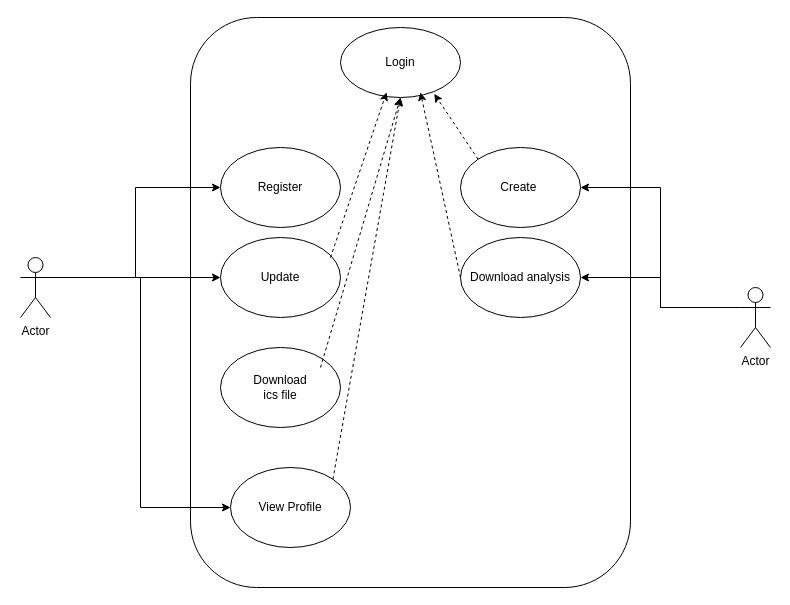
Before: LifePrognosis-UseCaseDiagrams.drawio in JonahKayizzi/life-prognosis-gahinga6, a draw.io diagram. Source tidied: cells renumbered, new cells numbered last; positions are measured from the earlier drawing's top-left corner, leaving out a move shared by most shapes. Both pictures are drawn from the tidied source at 100%, with x=0, y=0 at pixel (20, 17).
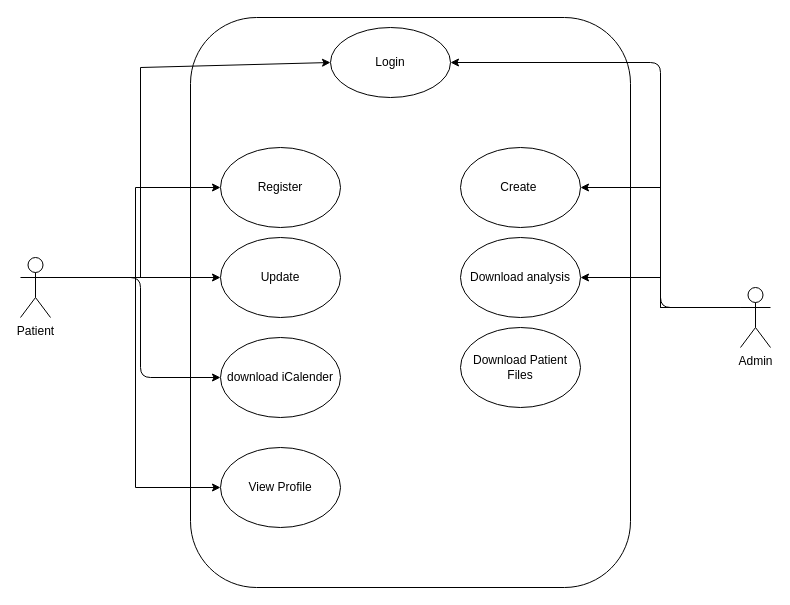
Above is the later version.

Commit message:
modify use-case diagram

Unchanged cells that the change refers to:
```xml
<mxCell id="8" value="Create&amp;nbsp;" style="ellipse;whiteSpace=wrap;html=1;" parent="1" vertex="1">
  <mxGeometry x="440" y="130" width="120" height="80" as="geometry" />
</mxCell>
<mxCell id="9" value="Download analysis" style="ellipse;whiteSpace=wrap;html=1;" parent="1" vertex="1">
  <mxGeometry x="440" y="220" width="120" height="80" as="geometry" />
</mxCell>
```

Diff of the diagram source:
```diff
@@
     <mxCell id="3" value="Login" style="ellipse;whiteSpace=wrap;html=1;" parent="1" vertex="1">
-      <mxGeometry x="320" y="10" width="120" height="70" as="geometry" />
+      <mxGeometry x="310" y="10" width="120" height="70" as="geometry" />
     </mxCell>
@@
-    <mxCell id="6" value="Download&lt;br&gt;ics file" style="ellipse;whiteSpace=wrap;html=1;" parent="1" vertex="1">
-      <mxGeometry x="200" y="330" width="120" height="80" as="geometry" />
+    <mxCell id="6" value="download iCalender" style="ellipse;whiteSpace=wrap;html=1;" parent="1" vertex="1">
+      <mxGeometry x="200" y="320" width="120" height="80" as="geometry" />
     </mxCell>
     <mxCell id="7" value="View Profile" style="ellipse;whiteSpace=wrap;html=1;" parent="1" vertex="1">
-      <mxGeometry x="210" y="450" width="120" height="80" as="geometry" />
+      <mxGeometry x="200" y="430" width="120" height="80" as="geometry" />
     </mxCell>
@@
+    <mxCell id="22" style="edgeStyle=none;html=1;entryX=0;entryY=0.5;entryDx=0;entryDy=0;rounded=0;" parent="1" edge="1" target="3">
+      <mxGeometry relative="1" as="geometry">
+        <mxPoint x="30" y="260" as="sourcePoint" />
+        <Array as="points">
+          <mxPoint x="120" y="260" />
+          <mxPoint x="120" y="50" />
+        </Array>
+      </mxGeometry>
+    </mxCell>
+    <mxCell id="23" style="edgeStyle=none;html=1;exitX=1;exitY=0.3333333333333333;exitDx=0;exitDy=0;exitPerimeter=0;entryX=0;entryY=0.5;entryDx=0;entryDy=0;" parent="1" edge="1" source="13" target="6">
+      <mxGeometry relative="1" as="geometry">
+        <Array as="points">
+          <mxPoint x="120" y="260" />
+          <mxPoint x="120" y="360" />
+        </Array>
+      </mxGeometry>
+    </mxCell>
-    <mxCell id="13" value="Actor" style="shape=umlActor;verticalLabelPosition=bottom;verticalAlign=top;html=1;outlineConnect=0;" parent="1" vertex="1">
+    <mxCell id="13" value="Patient" style="shape=umlActor;verticalLabelPosition=bottom;verticalAlign=top;html=1;outlineConnect=0;" parent="1" vertex="1">
       <mxGeometry y="240" width="30" height="60" as="geometry" />
     </mxCell>
@@
+    <mxCell id="24" style="edgeStyle=none;html=1;exitX=0;exitY=0.3333333333333333;exitDx=0;exitDy=0;exitPerimeter=0;entryX=1;entryY=0.5;entryDx=0;entryDy=0;" parent="1" edge="1" source="16" target="3">
+      <mxGeometry relative="1" as="geometry">
+        <Array as="points">
+          <mxPoint x="640" y="290" />
+          <mxPoint x="640" y="45" />
+        </Array>
+      </mxGeometry>
+    </mxCell>
-    <mxCell id="16" value="Actor" style="shape=umlActor;verticalLabelPosition=bottom;verticalAlign=top;html=1;outlineConnect=0;" parent="1" vertex="1">
+    <mxCell id="16" value="Admin" style="shape=umlActor;verticalLabelPosition=bottom;verticalAlign=top;html=1;outlineConnect=0;" parent="1" vertex="1">
       <mxGeometry x="720" y="270" width="30" height="60" as="geometry" />
     </mxCell>
-    <mxCell id="17" style="html=1;labelBackgroundColor=#ffffff;startArrow=none;startFill=0;startSize=6;endArrow=classic;endFill=1;endSize=6;jettySize=auto;strokeWidth=1;dashed=1;fontSize=14;rounded=0;entryX=0.384;entryY=0.926;entryDx=0;entryDy=0;entryPerimeter=0;" parent="1" edge="1" target="3">
-      <mxGeometry relative="1" as="geometry">
-        <mxPoint x="310" y="240" as="sourcePoint" />
-      </mxGeometry>
-    </mxCell>
-    <mxCell id="18" style="html=1;labelBackgroundColor=#ffffff;startArrow=none;startFill=0;startSize=6;endArrow=classic;endFill=1;endSize=6;jettySize=auto;strokeWidth=1;dashed=1;fontSize=14;rounded=0;entryX=0.5;entryY=1;entryDx=0;entryDy=0;" parent="1" edge="1" target="3">
-      <mxGeometry relative="1" as="geometry">
-        <mxPoint x="300" y="350" as="sourcePoint" />
-      </mxGeometry>
-    </mxCell>
-    <mxCell id="19" style="html=1;labelBackgroundColor=#ffffff;startArrow=none;startFill=0;startSize=6;endArrow=classic;endFill=1;endSize=6;jettySize=auto;strokeWidth=1;dashed=1;fontSize=14;rounded=0;exitX=1;exitY=0;exitDx=0;exitDy=0;entryX=0.5;entryY=1;entryDx=0;entryDy=0;" parent="1" edge="1" source="7" target="3">
-      <mxGeometry relative="1" as="geometry" />
-    </mxCell>
-    <mxCell id="20" style="html=1;labelBackgroundColor=#ffffff;startArrow=none;startFill=0;startSize=6;endArrow=classic;endFill=1;endSize=6;jettySize=auto;strokeWidth=1;dashed=1;fontSize=14;rounded=0;entryX=0.781;entryY=0.948;entryDx=0;entryDy=0;entryPerimeter=0;exitX=0;exitY=0;exitDx=0;exitDy=0;" parent="1" edge="1" source="8" target="3">
-      <mxGeometry relative="1" as="geometry" />
-    </mxCell>
-    <mxCell id="21" style="html=1;labelBackgroundColor=#ffffff;startArrow=none;startFill=0;startSize=6;endArrow=classic;endFill=1;endSize=6;jettySize=auto;strokeWidth=1;dashed=1;fontSize=14;rounded=0;entryX=0.666;entryY=0.926;entryDx=0;entryDy=0;entryPerimeter=0;exitX=0;exitY=0.5;exitDx=0;exitDy=0;" parent="1" edge="1" source="9" target="3">
-      <mxGeometry relative="1" as="geometry" />
-    </mxCell>
+    <mxCell id="25" value="Download Patient&lt;br&gt;Files" style="ellipse;whiteSpace=wrap;html=1;" parent="1" vertex="1">
+      <mxGeometry x="440" y="310" width="120" height="80" as="geometry" />
+    </mxCell>
```
